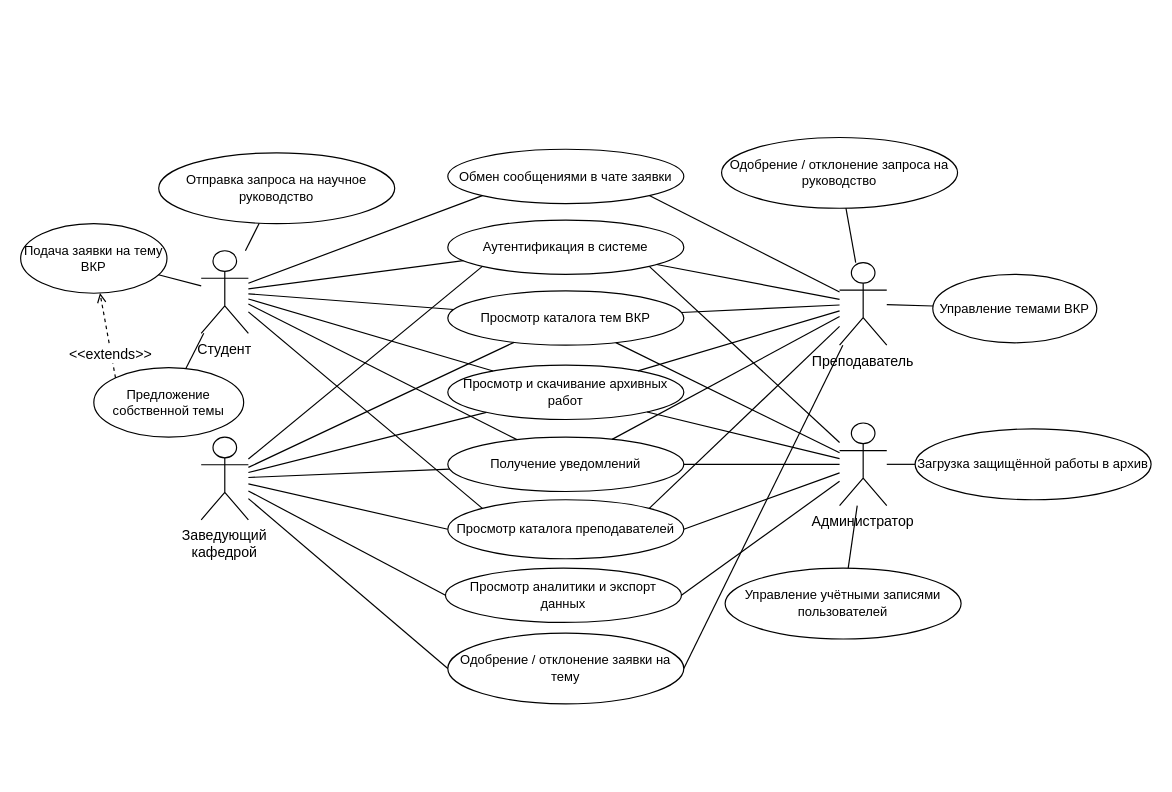
This is docs/ucd_atss.drawio from Effecktus/AcademicTopicSelectionService, a draw.io file, before an edit. Source tidied: cells renumbered, new cells numbered last; positions are measured from the earlier drawing's top-left corner, leaving out a move shared by most shapes. Both pictures are drawn from the tidied source at 118%, with x=0, y=0 at pixel (20, 137).
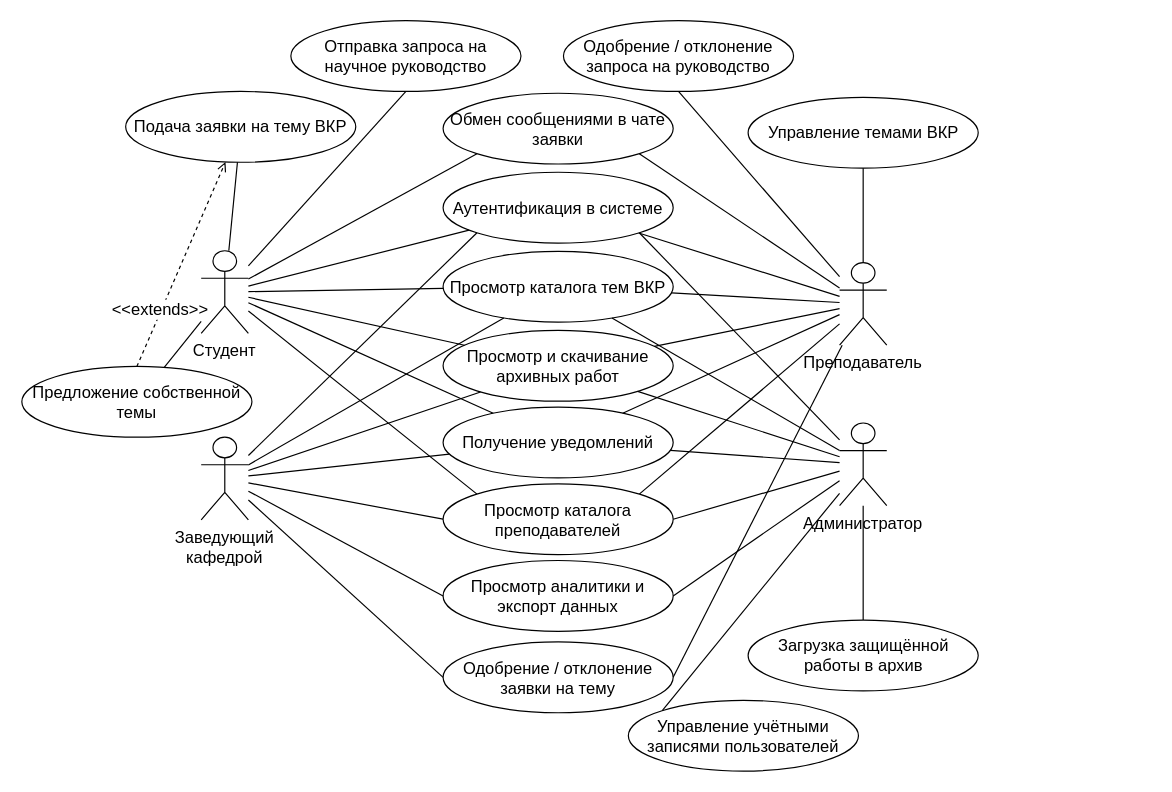
The same page after the edit.

What changed in the source:
```diff
@@
-    <mxCell id="2" value="Студент" style="shape=umlActor;whiteSpace=wrap;html=1;boundedLbl=1;align=center;fontSize=12;verticalLabelPosition=bottom;verticalAlign=top;" parent="1" vertex="1">
+    <mxCell id="2" value="Студент" style="shape=umlActor;whiteSpace=wrap;html=1;boundedLbl=1;align=center;fontSize=14;verticalLabelPosition=bottom;verticalAlign=top;" parent="1" vertex="1">
       <mxGeometry x="153" y="96" width="40" height="70" as="geometry" />
     </mxCell>
-    <mxCell id="3" style="rounded=0;jettySize=auto;html=1;endArrow=none;endFill=0;entryX=1;entryY=0;entryDx=0;entryDy=0;" parent="1" edge="1" source="4" target="13">
+    <mxCell id="3" style="rounded=0;jettySize=auto;html=1;endArrow=none;endFill=0;entryX=1;entryY=0;entryDx=0;entryDy=0;fontSize=14;" parent="1" edge="1" source="4" target="13">
       <mxGeometry relative="1" as="geometry" />
     </mxCell>
-    <mxCell id="4" value="Преподаватель" style="shape=umlActor;whiteSpace=wrap;html=1;boundedLbl=1;align=center;fontSize=12;verticalLabelPosition=bottom;verticalAlign=top;" parent="1" vertex="1">
+    <mxCell id="4" value="Преподаватель" style="shape=umlActor;whiteSpace=wrap;html=1;boundedLbl=1;align=center;fontSize=14;verticalLabelPosition=bottom;verticalAlign=top;" parent="1" vertex="1">
       <mxGeometry x="694" y="106" width="40" height="70" as="geometry" />
     </mxCell>
-    <mxCell id="5" style="rounded=0;jettySize=auto;html=1;endArrow=none;endFill=0;entryX=0;entryY=0.5;entryDx=0;entryDy=0;" parent="1" edge="1" source="6" target="13">
+    <mxCell id="5" style="rounded=0;jettySize=auto;html=1;endArrow=none;endFill=0;entryX=0;entryY=0.5;entryDx=0;entryDy=0;fontSize=14;" parent="1" edge="1" source="6" target="13">
       <mxGeometry relative="1" as="geometry" />
     </mxCell>
-    <mxCell id="6" value="Заведующий кафедрой" style="shape=umlActor;whiteSpace=wrap;html=1;boundedLbl=1;align=center;fontSize=12;verticalLabelPosition=bottom;verticalAlign=top;" parent="1" vertex="1">
+    <mxCell id="6" value="Заведующий кафедрой" style="shape=umlActor;whiteSpace=wrap;html=1;boundedLbl=1;align=center;fontSize=14;verticalLabelPosition=bottom;verticalAlign=top;" parent="1" vertex="1">
       <mxGeometry x="153" y="254" width="40" height="70" as="geometry" />
     </mxCell>
-    <mxCell id="7" style="rounded=0;jettySize=auto;html=1;entryX=1;entryY=0.5;entryDx=0;entryDy=0;endArrow=none;endFill=0;" parent="1" edge="1" source="8" target="13">
+    <mxCell id="7" style="rounded=0;jettySize=auto;html=1;entryX=1;entryY=0.5;entryDx=0;entryDy=0;endArrow=none;endFill=0;fontSize=14;" parent="1" edge="1" source="8" target="13">
       <mxGeometry relative="1" as="geometry" />
     </mxCell>
-    <mxCell id="8" value="Администратор" style="shape=umlActor;whiteSpace=wrap;html=1;boundedLbl=1;align=center;fontSize=12;verticalLabelPosition=bottom;verticalAlign=top;" parent="1" vertex="1">
+    <mxCell id="8" value="Администратор" style="shape=umlActor;whiteSpace=wrap;html=1;boundedLbl=1;align=center;fontSize=14;verticalLabelPosition=bottom;verticalAlign=top;" parent="1" vertex="1">
       <mxGeometry x="694" y="242" width="40" height="70" as="geometry" />
     </mxCell>
-    <mxCell id="9" value="Аутентификация в системе" style="ellipse;whiteSpace=wrap;html=1;fontSize=11;" parent="1" vertex="1">
-      <mxGeometry x="362" y="70" width="200" height="46" as="geometry" />
+    <mxCell id="9" value="Аутентификация в системе" style="ellipse;whiteSpace=wrap;html=1;fontSize=14;" parent="1" vertex="1">
+      <mxGeometry x="358" y="29.5" width="195" height="60" as="geometry" />
     </mxCell>
-    <mxCell id="10" value="Просмотр каталога тем ВКР" style="ellipse;whiteSpace=wrap;html=1;fontSize=11;" parent="1" vertex="1">
-      <mxGeometry x="362" y="130" width="200" height="46" as="geometry" />
+    <mxCell id="10" value="Просмотр каталога тем ВКР" style="ellipse;whiteSpace=wrap;html=1;fontSize=14;" parent="1" vertex="1">
+      <mxGeometry x="358" y="96.5" width="195" height="60" as="geometry" />
     </mxCell>
-    <mxCell id="11" value="Просмотр и скачивание архивных работ" style="ellipse;whiteSpace=wrap;html=1;fontSize=11;" parent="1" vertex="1">
-      <mxGeometry x="362" y="193" width="200" height="46" as="geometry" />
+    <mxCell id="11" value="Просмотр и скачивание архивных работ" style="ellipse;whiteSpace=wrap;html=1;fontSize=14;" parent="1" vertex="1">
+      <mxGeometry x="358" y="163.5" width="195" height="60" as="geometry" />
     </mxCell>
-    <mxCell id="12" value="Получение уведомлений" style="ellipse;whiteSpace=wrap;html=1;fontSize=11;" parent="1" vertex="1">
-      <mxGeometry x="362" y="254" width="200" height="46" as="geometry" />
+    <mxCell id="12" value="Получение уведомлений" style="ellipse;whiteSpace=wrap;html=1;fontSize=14;" parent="1" vertex="1">
+      <mxGeometry x="358" y="228.5" width="195" height="60" as="geometry" />
     </mxCell>
-    <mxCell id="13" value="Просмотр каталога преподавателей" style="ellipse;whiteSpace=wrap;html=1;fontSize=11;" parent="1" vertex="1">
-      <mxGeometry x="362" y="307" width="200" height="50" as="geometry" />
+    <mxCell id="13" value="Просмотр каталога преподавателей" style="ellipse;whiteSpace=wrap;html=1;fontSize=14;" parent="1" vertex="1">
+      <mxGeometry x="358" y="293.5" width="195" height="60" as="geometry" />
     </mxCell>
-    <mxCell id="14" value="Отправка запроса на научное руководство" style="ellipse;whiteSpace=wrap;html=1;fontSize=11;" parent="1" vertex="1">
-      <mxGeometry x="117" y="13" width="200" height="60" as="geometry" />
+    <mxCell id="14" value="Отправка запроса на научное руководство" style="ellipse;whiteSpace=wrap;html=1;fontSize=14;" parent="1" vertex="1">
+      <mxGeometry x="229" y="-99" width="195" height="60" as="geometry" />
     </mxCell>
-    <mxCell id="15" value="Подача заявки на тему ВКР" style="ellipse;whiteSpace=wrap;html=1;fontSize=11;" parent="1" vertex="1">
-      <mxGeometry y="73" width="124" height="59" as="geometry" />
+    <mxCell id="15" value="Подача заявки на тему ВКР" style="ellipse;whiteSpace=wrap;html=1;fontSize=14;" parent="1" vertex="1">
+      <mxGeometry x="89" y="-39" width="195" height="60" as="geometry" />
     </mxCell>
-    <mxCell id="16" value="Предложение собственной темы" style="ellipse;whiteSpace=wrap;html=1;fontSize=11;" parent="1" vertex="1">
-      <mxGeometry x="62" y="195" width="127" height="59" as="geometry" />
+    <mxCell id="16" value="Предложение собственной темы" style="ellipse;whiteSpace=wrap;html=1;fontSize=14;" parent="1" vertex="1">
+      <mxGeometry x="1" y="194" width="195" height="60" as="geometry" />
     </mxCell>
-    <mxCell id="17" value="Обмен сообщениями в чате заявки" style="ellipse;whiteSpace=wrap;html=1;fontSize=11;" parent="1" vertex="1">
-      <mxGeometry x="362" y="10" width="200" height="46" as="geometry" />
+    <mxCell id="17" value="Обмен сообщениями в чате заявки" style="ellipse;whiteSpace=wrap;html=1;fontSize=14;" parent="1" vertex="1">
+      <mxGeometry x="358" y="-37.5" width="195" height="60" as="geometry" />
     </mxCell>
-    <mxCell id="18" value="Одобрение / отклонение запроса на руководство" style="ellipse;whiteSpace=wrap;html=1;fontSize=11;" parent="1" vertex="1">
-      <mxGeometry x="594" width="200" height="60" as="geometry" />
+    <mxCell id="18" value="Одобрение / отклонение запроса на руководство" style="ellipse;whiteSpace=wrap;html=1;fontSize=14;" parent="1" vertex="1">
+      <mxGeometry x="460" y="-99" width="195" height="60" as="geometry" />
     </mxCell>
-    <mxCell id="19" value="Одобрение / отклонение заявки на тему" style="ellipse;whiteSpace=wrap;html=1;fontSize=11;" parent="1" vertex="1">
-      <mxGeometry x="362" y="420" width="200" height="60" as="geometry" />
+    <mxCell id="19" value="Одобрение / отклонение заявки на тему" style="ellipse;whiteSpace=wrap;html=1;fontSize=14;" parent="1" vertex="1">
+      <mxGeometry x="358" y="427.5" width="195" height="60" as="geometry" />
     </mxCell>
-    <mxCell id="20" value="Управление темами ВКР" style="ellipse;whiteSpace=wrap;html=1;fontSize=11;" parent="1" vertex="1">
-      <mxGeometry x="773" y="116" width="139" height="58" as="geometry" />
+    <mxCell id="20" value="Управление темами ВКР" style="ellipse;whiteSpace=wrap;html=1;fontSize=14;" parent="1" vertex="1">
+      <mxGeometry x="616.5" y="-34" width="195" height="60" as="geometry" />
     </mxCell>
-    <mxCell id="21" value="Просмотр аналитики и экспорт данных" style="ellipse;whiteSpace=wrap;html=1;fontSize=11;" parent="1" vertex="1">
-      <mxGeometry x="360" y="365" width="200" height="46" as="geometry" />
+    <mxCell id="21" value="Просмотр аналитики и экспорт данных" style="ellipse;whiteSpace=wrap;html=1;fontSize=14;" parent="1" vertex="1">
+      <mxGeometry x="358" y="358.5" width="195" height="60" as="geometry" />
     </mxCell>
-    <mxCell id="22" value="Загрузка защищённой работы в архив" style="ellipse;whiteSpace=wrap;html=1;fontSize=11;" parent="1" vertex="1">
-      <mxGeometry x="758" y="247" width="200" height="60" as="geometry" />
+    <mxCell id="22" value="Загрузка защищённой работы в архив" style="ellipse;whiteSpace=wrap;html=1;fontSize=14;" parent="1" vertex="1">
+      <mxGeometry x="616.5" y="409" width="195" height="60" as="geometry" />
     </mxCell>
-    <mxCell id="23" value="Управление учётными записями пользователей" style="ellipse;whiteSpace=wrap;html=1;fontSize=11;" parent="1" vertex="1">
-      <mxGeometry x="597" y="365" width="200" height="60" as="geometry" />
+    <mxCell id="23" value="Управление учётными записями пользователей" style="ellipse;whiteSpace=wrap;html=1;fontSize=14;" parent="1" vertex="1">
+      <mxGeometry x="515" y="477" width="195" height="60" as="geometry" />
     </mxCell>
-    <mxCell id="24" value="&lt;font style=&quot;font-size: 12px;&quot;&gt;&amp;lt;&amp;lt;extends&amp;gt;&amp;gt;&lt;/font&gt;" style="dashed=1;endArrow=open;endFill=0;html=1;fontSize=10;exitX=0;exitY=0;exitDx=0;exitDy=0;" parent="1" edge="1" source="16" target="15">
+    <mxCell id="24" value="&lt;font&gt;&amp;lt;&amp;lt;extends&amp;gt;&amp;gt;&lt;/font&gt;" style="dashed=1;endArrow=open;endFill=0;html=1;fontSize=14;exitX=0.5;exitY=0;exitDx=0;exitDy=0;" parent="1" edge="1" source="16" target="15">
       <mxGeometry x="-0.45" y="1" relative="1" as="geometry" />
     </mxCell>
-    <mxCell id="25" value="&lt;div style=&quot;text-align: start;&quot;&gt;&lt;br&gt;&lt;/div&gt;" style="edgeLabel;html=1;align=center;verticalAlign=middle;" parent="24" vertex="1">
+    <mxCell id="25" value="&lt;div style=&quot;text-align: start;&quot;&gt;&lt;br&gt;&lt;/div&gt;" style="edgeLabel;html=1;align=center;verticalAlign=middle;fontSize=14;" parent="24" vertex="1">
       <mxGeometry x="0.41" y="-3" relative="1" as="geometry" />
     </mxCell>
-    <mxCell id="26" style="html=1;endArrow=none;" parent="1" edge="1" source="2" target="9">
+    <mxCell id="26" style="html=1;endArrow=none;fontSize=14;" parent="1" edge="1" source="2" target="9">
       <mxGeometry relative="1" as="geometry" />
     </mxCell>
-    <mxCell id="27" style="html=1;endArrow=none;" parent="1" edge="1" source="2" target="10">
+    <mxCell id="27" style="html=1;endArrow=none;fontSize=14;" parent="1" edge="1" source="2" target="10">
       <mxGeometry relative="1" as="geometry" />
     </mxCell>
-    <mxCell id="28" style="html=1;endArrow=none;" parent="1" edge="1" source="2" target="11">
+    <mxCell id="28" style="html=1;endArrow=none;fontSize=14;" parent="1" edge="1" source="2" target="11">
       <mxGeometry relative="1" as="geometry" />
     </mxCell>
-    <mxCell id="29" style="html=1;endArrow=none;" parent="1" edge="1" source="2" target="12">
+    <mxCell id="29" style="html=1;endArrow=none;fontSize=14;" parent="1" edge="1" source="2" target="12">
       <mxGeometry relative="1" as="geometry" />
     </mxCell>
-    <mxCell id="30" style="html=1;endArrow=none;entryX=0;entryY=0;entryDx=0;entryDy=0;" parent="1" edge="1" source="2" target="13">
+    <mxCell id="30" style="html=1;endArrow=none;entryX=0;entryY=0;entryDx=0;entryDy=0;fontSize=14;" parent="1" edge="1" source="2" target="13">
       <mxGeometry relative="1" as="geometry" />
     </mxCell>
-    <mxCell id="31" style="html=1;endArrow=none;" parent="1" edge="1" source="2" target="14">
+    <mxCell id="31" style="html=1;endArrow=none;fontSize=14;entryX=0.5;entryY=1;entryDx=0;entryDy=0;" parent="1" edge="1" source="2" target="14">
       <mxGeometry relative="1" as="geometry" />
     </mxCell>
-    <mxCell id="32" style="html=1;endArrow=none;" parent="1" edge="1" source="2" target="15">
+    <mxCell id="32" style="html=1;endArrow=none;fontSize=14;" parent="1" edge="1" source="2" target="15">
       <mxGeometry relative="1" as="geometry" />
     </mxCell>
-    <mxCell id="33" style="html=1;endArrow=none;" parent="1" edge="1" source="2" target="16">
+    <mxCell id="33" style="html=1;endArrow=none;fontSize=14;" parent="1" edge="1" source="2" target="16">
       <mxGeometry relative="1" as="geometry" />
     </mxCell>
-    <mxCell id="34" style="html=1;endArrow=none;entryX=0;entryY=1;entryDx=0;entryDy=0;" parent="1" edge="1" source="2" target="17">
+    <mxCell id="34" style="html=1;endArrow=none;entryX=0;entryY=1;entryDx=0;entryDy=0;fontSize=14;" parent="1" edge="1" source="2" target="17">
       <mxGeometry relative="1" as="geometry" />
     </mxCell>
-    <mxCell id="35" style="html=1;endArrow=none;" parent="1" edge="1" source="4" target="9">
+    <mxCell id="35" style="html=1;endArrow=none;fontSize=14;" parent="1" edge="1" source="4" target="9">
       <mxGeometry relative="1" as="geometry" />
     </mxCell>
-    <mxCell id="36" style="html=1;endArrow=none;" parent="1" edge="1" source="4" target="10">
+    <mxCell id="36" style="html=1;endArrow=none;fontSize=14;" parent="1" edge="1" source="4" target="10">
       <mxGeometry relative="1" as="geometry" />
     </mxCell>
-    <mxCell id="37" style="html=1;endArrow=none;" parent="1" edge="1" source="4" target="11">
+    <mxCell id="37" style="html=1;endArrow=none;fontSize=14;" parent="1" edge="1" source="4" target="11">
       <mxGeometry relative="1" as="geometry" />
     </mxCell>
-    <mxCell id="38" style="html=1;endArrow=none;" parent="1" edge="1" source="4" target="12">
+    <mxCell id="38" style="html=1;endArrow=none;fontSize=14;" parent="1" edge="1" source="4" target="12">
       <mxGeometry relative="1" as="geometry" />
     </mxCell>
-    <mxCell id="39" style="html=1;endArrow=none;" parent="1" edge="1" source="4" target="18">
+    <mxCell id="39" style="html=1;endArrow=none;fontSize=14;entryX=0.5;entryY=1;entryDx=0;entryDy=0;" parent="1" edge="1" source="4" target="18">
       <mxGeometry relative="1" as="geometry" />
     </mxCell>
-    <mxCell id="40" style="html=1;endArrow=none;entryX=1;entryY=0.5;entryDx=0;entryDy=0;" parent="1" edge="1" source="4" target="19">
+    <mxCell id="40" style="html=1;endArrow=none;entryX=1;entryY=0.5;entryDx=0;entryDy=0;fontSize=14;" parent="1" edge="1" source="4" target="19">
       <mxGeometry relative="1" as="geometry" />
     </mxCell>
-    <mxCell id="41" style="html=1;endArrow=none;entryX=1;entryY=1;entryDx=0;entryDy=0;" parent="1" edge="1" source="4" target="17">
+    <mxCell id="41" style="html=1;endArrow=none;entryX=1;entryY=1;entryDx=0;entryDy=0;fontSize=14;" parent="1" edge="1" source="4" target="17">
       <mxGeometry relative="1" as="geometry" />
     </mxCell>
-    <mxCell id="42" style="html=1;endArrow=none;" parent="1" edge="1" source="4" target="20">
+    <mxCell id="42" style="html=1;endArrow=none;fontSize=14;" parent="1" edge="1" source="4" target="20">
       <mxGeometry relative="1" as="geometry" />
     </mxCell>
-    <mxCell id="43" style="html=1;endArrow=none;entryX=0;entryY=1;entryDx=0;entryDy=0;" parent="1" edge="1" source="6" target="9">
+    <mxCell id="43" style="html=1;endArrow=none;entryX=0;entryY=1;entryDx=0;entryDy=0;fontSize=14;" parent="1" edge="1" source="6" target="9">
       <mxGeometry relative="1" as="geometry" />
     </mxCell>
-    <mxCell id="44" style="html=1;endArrow=none;" parent="1" edge="1" source="6" target="10">
+    <mxCell id="44" style="html=1;endArrow=none;fontSize=14;" parent="1" edge="1" source="6" target="10">
       <mxGeometry relative="1" as="geometry" />
     </mxCell>
-    <mxCell id="45" style="html=1;endArrow=none;" parent="1" edge="1" source="6" target="11">
+    <mxCell id="45" style="html=1;endArrow=none;fontSize=14;" parent="1" edge="1" source="6" target="11">
       <mxGeometry relative="1" as="geometry" />
     </mxCell>
-    <mxCell id="46" style="html=1;endArrow=none;" parent="1" edge="1" source="6" target="12">
+    <mxCell id="46" style="html=1;endArrow=none;fontSize=14;" parent="1" edge="1" source="6" target="12">
       <mxGeometry relative="1" as="geometry" />
     </mxCell>
-    <mxCell id="47" style="html=1;endArrow=none;entryX=0;entryY=0.5;entryDx=0;entryDy=0;" parent="1" edge="1" source="6" target="19">
+    <mxCell id="47" style="html=1;endArrow=none;entryX=0;entryY=0.5;entryDx=0;entryDy=0;fontSize=14;" parent="1" edge="1" source="6" target="19">
       <mxGeometry relative="1" as="geometry" />
     </mxCell>
-    <mxCell id="48" style="html=1;endArrow=none;entryX=0;entryY=0.5;entryDx=0;entryDy=0;" parent="1" edge="1" source="6" target="21">
+    <mxCell id="48" style="html=1;endArrow=none;entryX=0;entryY=0.5;entryDx=0;entryDy=0;fontSize=14;" parent="1" edge="1" source="6" target="21">
       <mxGeometry relative="1" as="geometry" />
     </mxCell>
-    <mxCell id="49" style="html=1;endArrow=none;entryX=1;entryY=1;entryDx=0;entryDy=0;" parent="1" edge="1" source="8" target="9">
+    <mxCell id="49" style="html=1;endArrow=none;entryX=1;entryY=1;entryDx=0;entryDy=0;fontSize=14;" parent="1" edge="1" source="8" target="9">
       <mxGeometry relative="1" as="geometry" />
     </mxCell>
-    <mxCell id="50" style="html=1;endArrow=none;" parent="1" edge="1" source="8" target="10">
+    <mxCell id="50" style="html=1;endArrow=none;fontSize=14;" parent="1" edge="1" source="8" target="10">
       <mxGeometry relative="1" as="geometry" />
     </mxCell>
-    <mxCell id="51" style="html=1;endArrow=none;" parent="1" edge="1" source="8" target="11">
+    <mxCell id="51" style="html=1;endArrow=none;fontSize=14;" parent="1" edge="1" source="8" target="11">
       <mxGeometry relative="1" as="geometry" />
     </mxCell>
-    <mxCell id="52" style="html=1;endArrow=none;" parent="1" edge="1" source="8" target="12">
+    <mxCell id="52" style="html=1;endArrow=none;fontSize=14;" parent="1" edge="1" source="8" target="12">
       <mxGeometry relative="1" as="geometry" />
     </mxCell>
-    <mxCell id="53" style="html=1;endArrow=none;" parent="1" edge="1" source="8" target="22">
+    <mxCell id="53" style="html=1;endArrow=none;fontSize=14;" parent="1" edge="1" source="8" target="22">
       <mxGeometry relative="1" as="geometry" />
     </mxCell>
-    <mxCell id="54" style="html=1;endArrow=none;" parent="1" edge="1" source="8" target="23">
+    <mxCell id="54" style="html=1;endArrow=none;fontSize=14;entryX=0;entryY=0;entryDx=0;entryDy=0;" parent="1" edge="1" source="8" target="23">
       <mxGeometry relative="1" as="geometry" />
     </mxCell>
-    <mxCell id="55" style="html=1;endArrow=none;entryX=1;entryY=0.5;entryDx=0;entryDy=0;" parent="1" edge="1" source="8" target="21">
+    <mxCell id="55" style="html=1;endArrow=none;entryX=1;entryY=0.5;entryDx=0;entryDy=0;fontSize=14;" parent="1" edge="1" source="8" target="21">
       <mxGeometry relative="1" as="geometry" />
     </mxCell>
```
